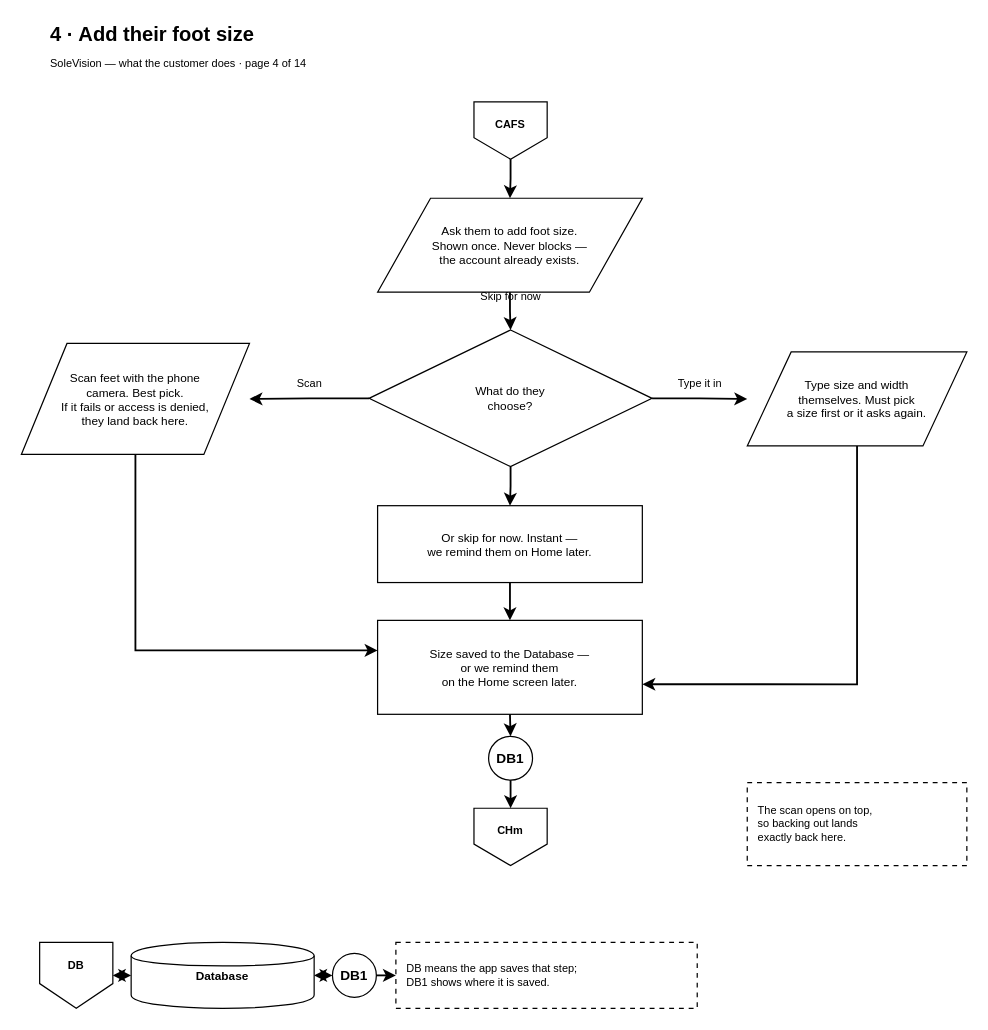
Above: page "4 Add their foot size" (4 of 14) of docs/diagrams/customer-journey-flowchart.drawio in kibs06/CUF (draw.io), before the change. Source tidied: cells renumbered, new cells numbered last; positions are measured from the earlier drawing's top-left corner, leaving out a move shared by most shapes. Both pictures are drawn from the tidied source at 122%, with x=0, y=0 at pixel (21, 21).
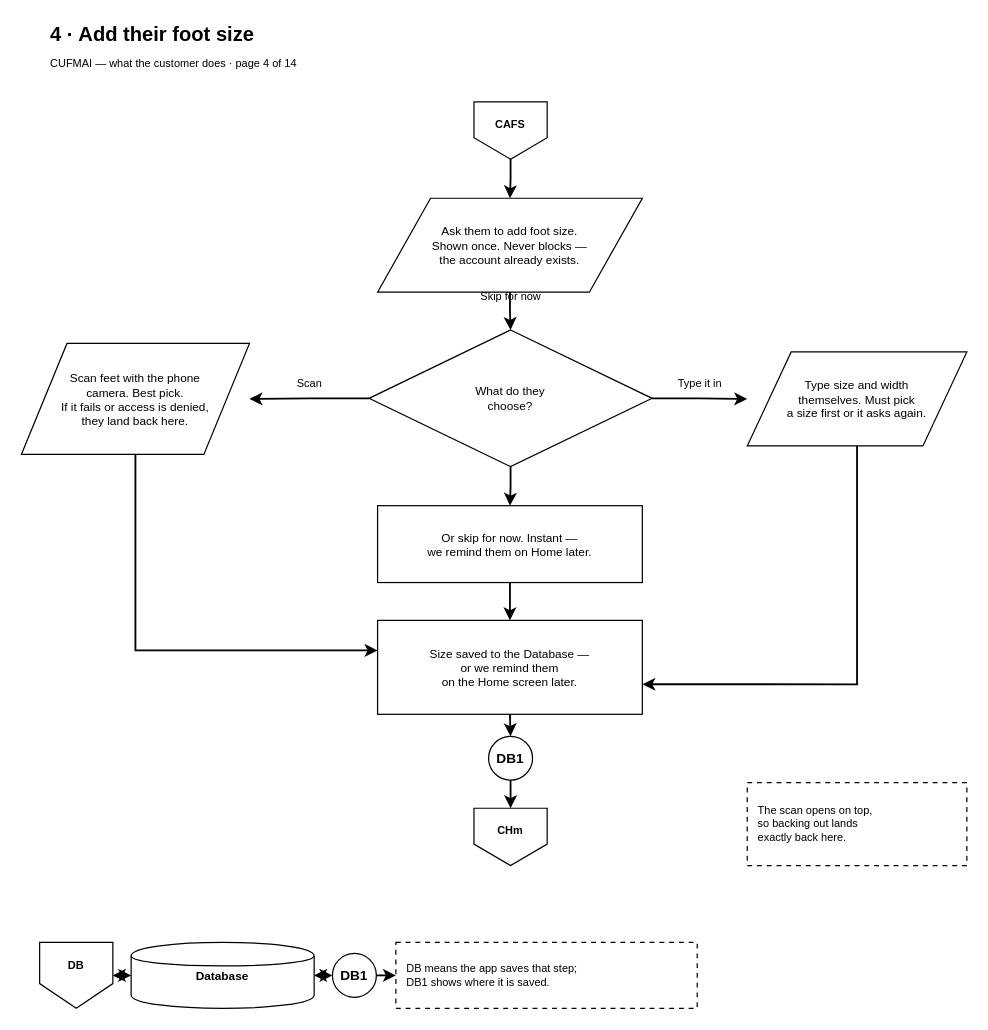
Above is the later version.

The edit, as a diff of the source:
```diff
@@
-    <mxCell id="17" value="SoleVision — what the customer does · page 4 of 14" style="text;html=1;fontSize=9;align=left;verticalAlign=middle;fontColor=light-dark(#000000,#FFFFFF);" parent="1" vertex="1">
+    <mxCell id="17" value="CUFMAI — what the customer does · page 4 of 14" style="text;html=1;fontSize=9;align=left;verticalAlign=middle;fontColor=light-dark(#000000,#FFFFFF);" parent="1" vertex="1">
       <mxGeometry x="22" y="26" width="524" height="18" as="geometry" />
     </mxCell>
```
